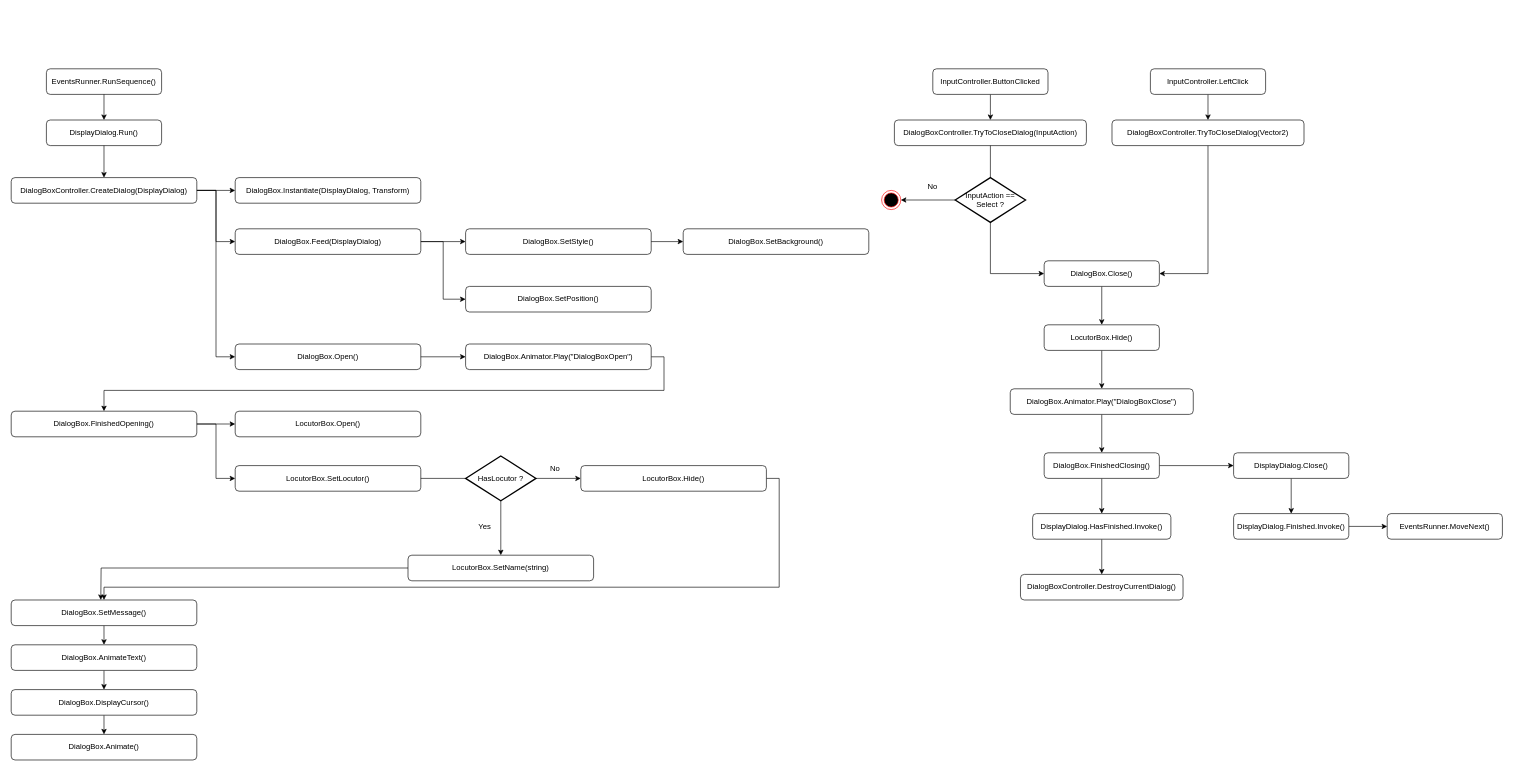
MaximeJoly96/LC_Unity keeps this draw.io diagram as page "Dialogs.DialogBoxDisplay" (3 of 8) of Ace_Engine.drawio. Above is the earlier version. Source tidied: cells renumbered, new cells numbered last; positions are measured from the earlier drawing's top-left corner, leaving out a move shared by most shapes. Both pictures are drawn from the tidied source at 64%, with x=0, y=0 at pixel (11, 68).
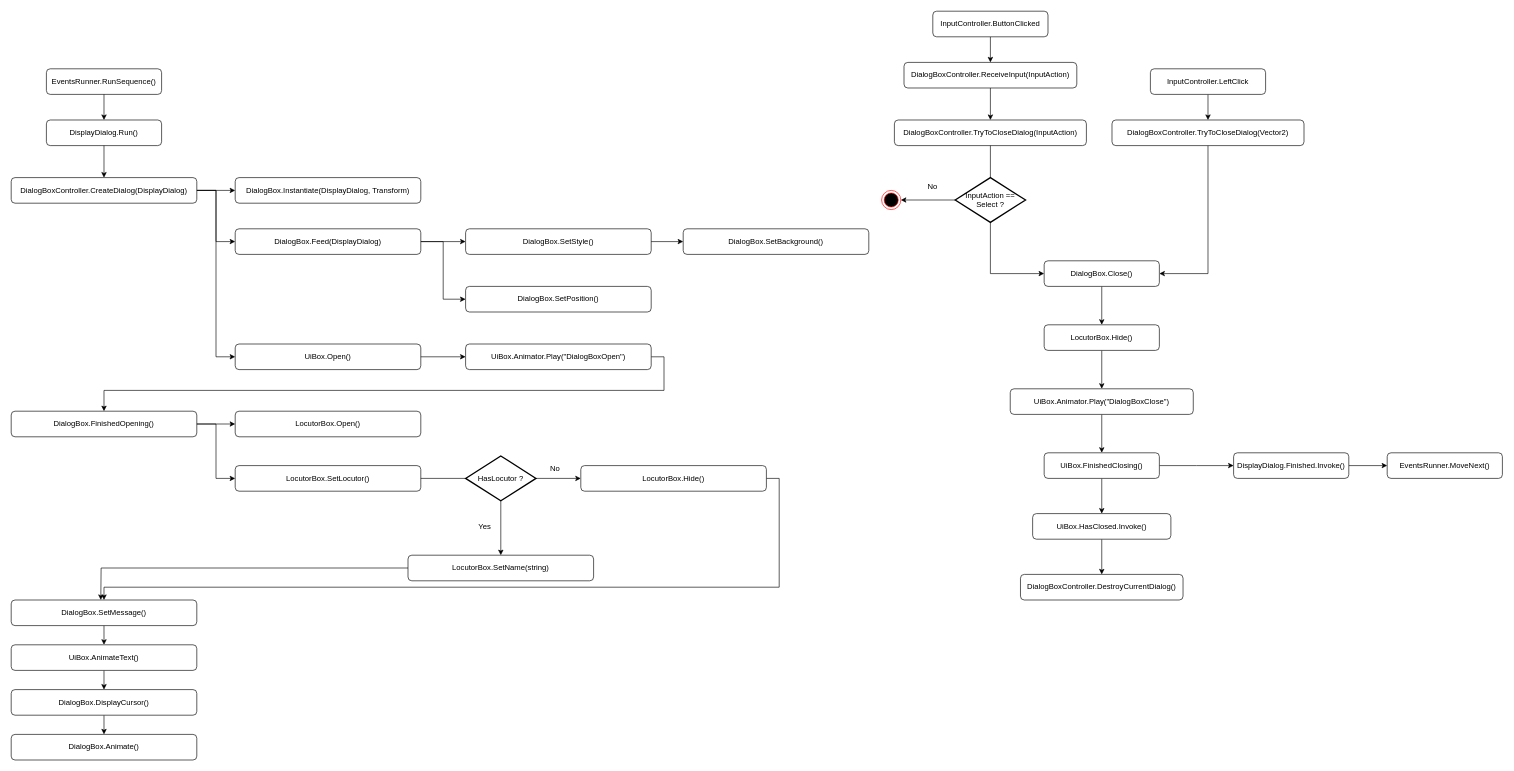
The same page after the edit.

Unchanged cells that the change refers to:
```xml
<mxCell id="48" value="DialogBoxController.TryToCloseDialog(InputAction)" style="rounded=1;whiteSpace=wrap;html=1;" parent="1" vertex="1">
  <mxGeometry x="1380" y="80" width="300" height="40" as="geometry" />
</mxCell>
```

What changed in the source:
```diff
@@
-    <mxCell id="18" value="DialogBox.Open()" style="rounded=1;whiteSpace=wrap;html=1;" parent="1" vertex="1">
+    <mxCell id="18" value="UiBox.Open()" style="rounded=1;whiteSpace=wrap;html=1;" parent="1" vertex="1">
       <mxGeometry x="350" y="430" width="290" height="40" as="geometry" />
     </mxCell>
@@
-    <mxCell id="20" value="DialogBox.Animator.Play(&quot;DialogBoxOpen&quot;)" style="rounded=1;whiteSpace=wrap;html=1;" parent="1" vertex="1">
+    <mxCell id="20" value="UiBox.Animator.Play(&quot;DialogBoxOpen&quot;)" style="rounded=1;whiteSpace=wrap;html=1;" parent="1" vertex="1">
       <mxGeometry x="710" y="430" width="290" height="40" as="geometry" />
     </mxCell>
@@
-    <mxCell id="40" value="DialogBox.AnimateText()" style="rounded=1;whiteSpace=wrap;html=1;" parent="1" vertex="1">
+    <mxCell id="40" value="UiBox.AnimateText()" style="rounded=1;whiteSpace=wrap;html=1;" parent="1" vertex="1">
       <mxGeometry y="900" width="290" height="40" as="geometry" />
     </mxCell>
@@
-    <mxCell id="44" style="edgeStyle=orthogonalEdgeStyle;rounded=0;jettySize=auto;html=1;exitX=0.5;exitY=1;exitDx=0;exitDy=0;entryX=0.5;entryY=0;entryDx=0;entryDy=0;" parent="1" edge="1" source="45" target="48">
-      <mxGeometry relative="1" as="geometry" />
-    </mxCell>
+    <mxCell id="74" style="edgeStyle=orthogonalEdgeStyle;rounded=0;jettySize=auto;html=1;exitX=0.5;exitY=1;exitDx=0;exitDy=0;entryX=0.5;entryY=0;entryDx=0;entryDy=0;" parent="1" edge="1" source="45" target="76">
+      <mxGeometry relative="1" as="geometry" />
+    </mxCell>
     <mxCell id="45" value="InputController.ButtonClicked" style="rounded=1;whiteSpace=wrap;html=1;" parent="1" vertex="1">
-      <mxGeometry x="1440" width="180" height="40" as="geometry" />
+      <mxGeometry x="1440" y="-90" width="180" height="40" as="geometry" />
     </mxCell>
@@
-    <mxCell id="62" value="DialogBox.Animator.Play(&quot;DialogBoxClose&quot;)" style="rounded=1;whiteSpace=wrap;html=1;" parent="1" vertex="1">
+    <mxCell id="62" value="UiBox.Animator.Play(&quot;DialogBoxClose&quot;)" style="rounded=1;whiteSpace=wrap;html=1;" parent="1" vertex="1">
       <mxGeometry x="1561" y="500" width="286" height="40" as="geometry" />
     </mxCell>
-    <mxCell id="63" style="edgeStyle=orthogonalEdgeStyle;rounded=0;jettySize=auto;html=1;exitX=1;exitY=0.5;exitDx=0;exitDy=0;entryX=0;entryY=0.5;entryDx=0;entryDy=0;" parent="1" edge="1" source="65" target="67">
-      <mxGeometry relative="1" as="geometry" />
+    <mxCell id="63" style="edgeStyle=orthogonalEdgeStyle;rounded=0;jettySize=auto;html=1;exitX=1;exitY=0.5;exitDx=0;exitDy=0;entryX=0;entryY=0.5;entryDx=0;entryDy=0;" parent="1" edge="1" source="65">
+      <mxGeometry relative="1" as="geometry">
+        <mxPoint x="1910" y="620" as="targetPoint" />
+      </mxGeometry>
     </mxCell>
@@
-    <mxCell id="65" value="DialogBox.FinishedClosing()" style="rounded=1;whiteSpace=wrap;html=1;" parent="1" vertex="1">
+    <mxCell id="65" value="UiBox.FinishedClosing()" style="rounded=1;whiteSpace=wrap;html=1;" parent="1" vertex="1">
       <mxGeometry x="1614" y="600" width="180" height="40" as="geometry" />
     </mxCell>
-    <mxCell id="66" style="edgeStyle=orthogonalEdgeStyle;rounded=0;jettySize=auto;html=1;exitX=0.5;exitY=1;exitDx=0;exitDy=0;entryX=0.5;entryY=0;entryDx=0;entryDy=0;" parent="1" edge="1" source="67" target="71">
-      <mxGeometry relative="1" as="geometry" />
-    </mxCell>
-    <mxCell id="67" value="DisplayDialog.Close()" style="rounded=1;whiteSpace=wrap;html=1;" parent="1" vertex="1">
-      <mxGeometry x="1910" y="600" width="180" height="40" as="geometry" />
-    </mxCell>
@@
-    <mxCell id="69" value="DisplayDialog.HasFinished.Invoke()" style="rounded=1;whiteSpace=wrap;html=1;" parent="1" vertex="1">
+    <mxCell id="69" value="UiBox.HasClosed.Invoke()" style="rounded=1;whiteSpace=wrap;html=1;" parent="1" vertex="1">
       <mxGeometry x="1596" y="695" width="216" height="40" as="geometry" />
     </mxCell>
@@
     <mxCell id="71" value="DisplayDialog.Finished.Invoke()" style="rounded=1;whiteSpace=wrap;html=1;" parent="1" vertex="1">
-      <mxGeometry x="1910" y="695" width="180" height="40" as="geometry" />
+      <mxGeometry x="1910" y="600" width="180" height="40" as="geometry" />
     </mxCell>
@@
     <mxCell id="73" value="EventsRunner.MoveNext()" style="rounded=1;whiteSpace=wrap;html=1;" parent="1" vertex="1">
-      <mxGeometry x="2150" y="695" width="180" height="40" as="geometry" />
+      <mxGeometry x="2150" y="600" width="180" height="40" as="geometry" />
     </mxCell>
+    <mxCell id="75" style="edgeStyle=orthogonalEdgeStyle;rounded=0;jettySize=auto;html=1;exitX=0.5;exitY=1;exitDx=0;exitDy=0;entryX=0.5;entryY=0;entryDx=0;entryDy=0;" parent="1" edge="1" source="76" target="48">
+      <mxGeometry relative="1" as="geometry" />
+    </mxCell>
+    <mxCell id="76" value="DialogBoxController.ReceiveInput(InputAction)" style="rounded=1;whiteSpace=wrap;html=1;" parent="1" vertex="1">
+      <mxGeometry x="1395" y="-10" width="270" height="40" as="geometry" />
+    </mxCell>
```
